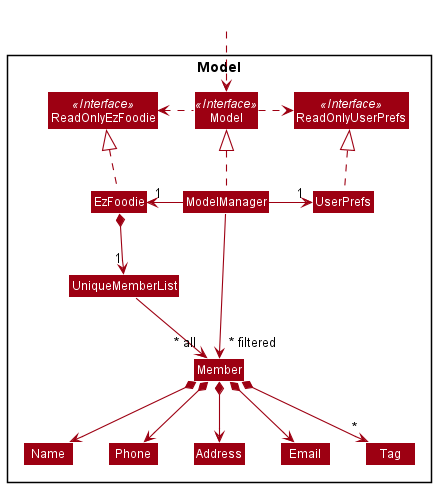
zzybluebell/tp keeps this PlantUML diagram as docs/images/ModelClassDiagram.png. Above is the earlier version. Source of this version:
```plantuml
@startuml
!include style.puml
skinparam arrowThickness 1.1
skinparam arrowColor MODEL_COLOR
skinparam classBackgroundColor MODEL_COLOR

Package Model <<Rectangle>>{
Interface ReadOnlyEzFoodie <<Interface>>
Interface ReadOnlyUserPrefs <<Interface>>
Interface Model <<Interface>>
Class EzFoodie
Class ReadOnlyEzFoodie
Class Model
Class ModelManager
Class UserPrefs
Class ReadOnlyUserPrefs


Class UniqueMemberList
Class Member
Class Address
Class Email
Class Name
Class Phone
Class Tag

}

Class HiddenOutside #FFFFFF
HiddenOutside ..> Model

EzFoodie .up.|> ReadOnlyEzFoodie

ModelManager .up.|> Model
Model .right.> ReadOnlyUserPrefs
Model .left.> ReadOnlyEzFoodie
ModelManager -left-> "1" EzFoodie
ModelManager -right-> "1" UserPrefs
UserPrefs .up.|> ReadOnlyUserPrefs

EzFoodie *--> "1" UniqueMemberList
UniqueMemberList --> "~* all" Member
Member *--> Name
Member *--> Phone
Member *--> Email
Member *--> Address
Member *--> "*" Tag

Name -[hidden]right-> Phone
Phone -[hidden]right-> Address
Address -[hidden]right-> Email

ModelManager -->"~* filtered" Member
@enduml
```
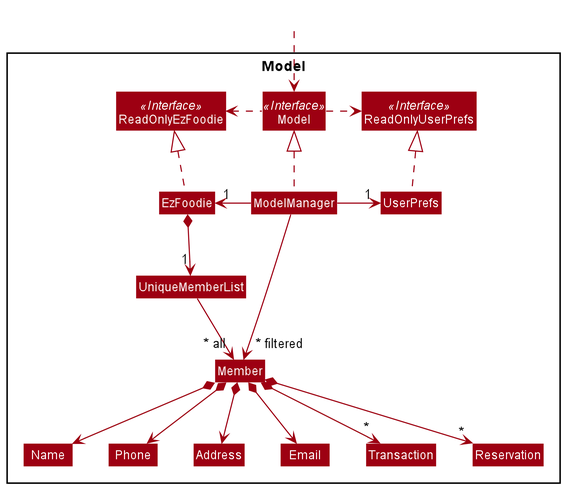
The same diagram one commit later.

Diff of the diagram source:
```diff
@@ -22,7 +22,8 @@
 Class Email
 Class Name
 Class Phone
-Class Tag
+Class Transaction
+Class Reservation
 
 }
 
@@ -44,7 +45,8 @@
 Member *--> Phone
 Member *--> Email
 Member *--> Address
-Member *--> "*" Tag
+Member *--> "*" Transaction
+Member *--> "*" Reservation
 
 Name -[hidden]right-> Phone
 Phone -[hidden]right-> Address
```
